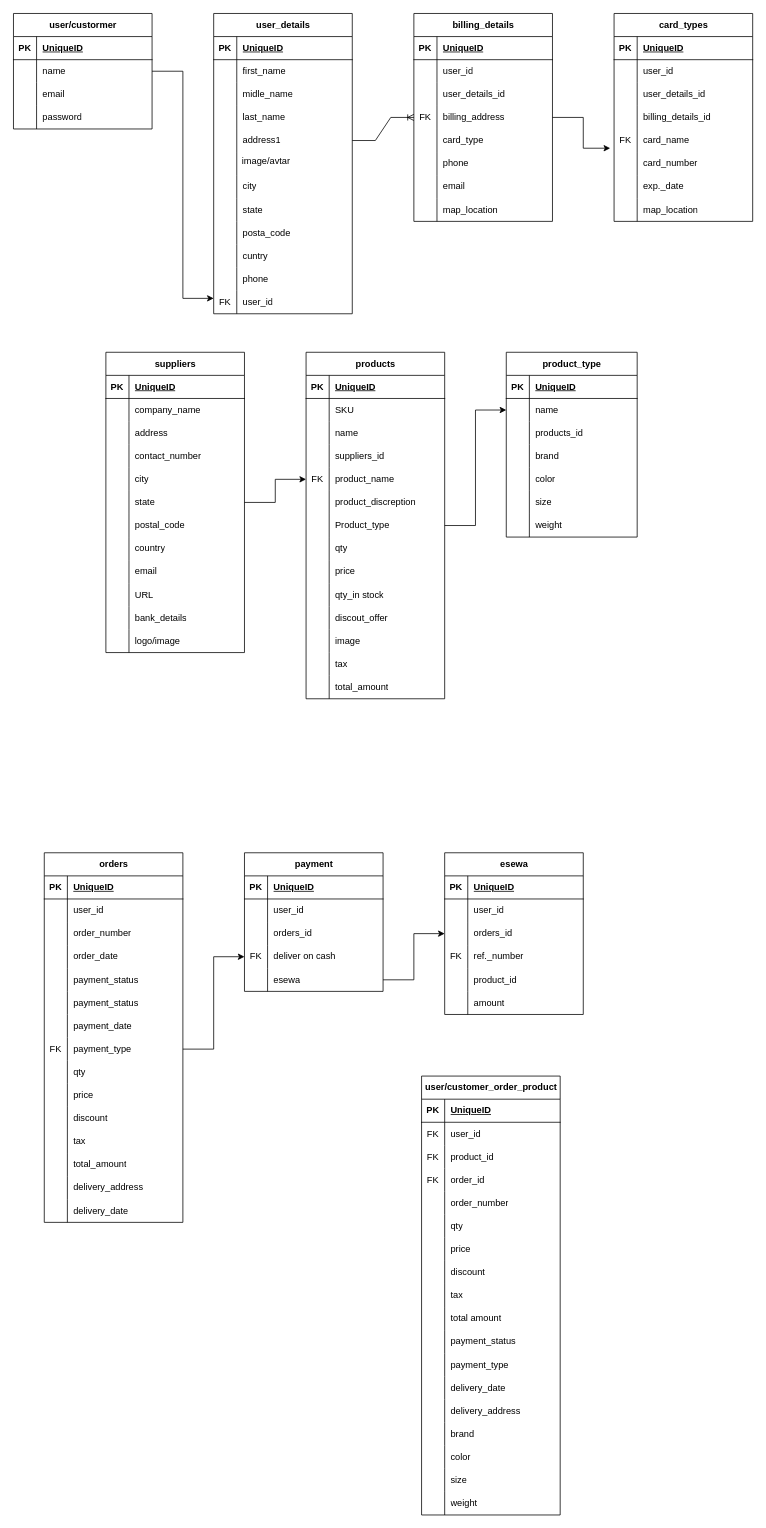
prashannraj/filament keeps this draw.io diagram as ecommerce.drawio. Above is the earlier version. Source tidied: cells renumbered, new cells numbered last; positions are measured from the earlier drawing's top-left corner, leaving out a move shared by most shapes. Both pictures are drawn from the tidied source at 77%, with x=0, y=0 at pixel (13, 13).
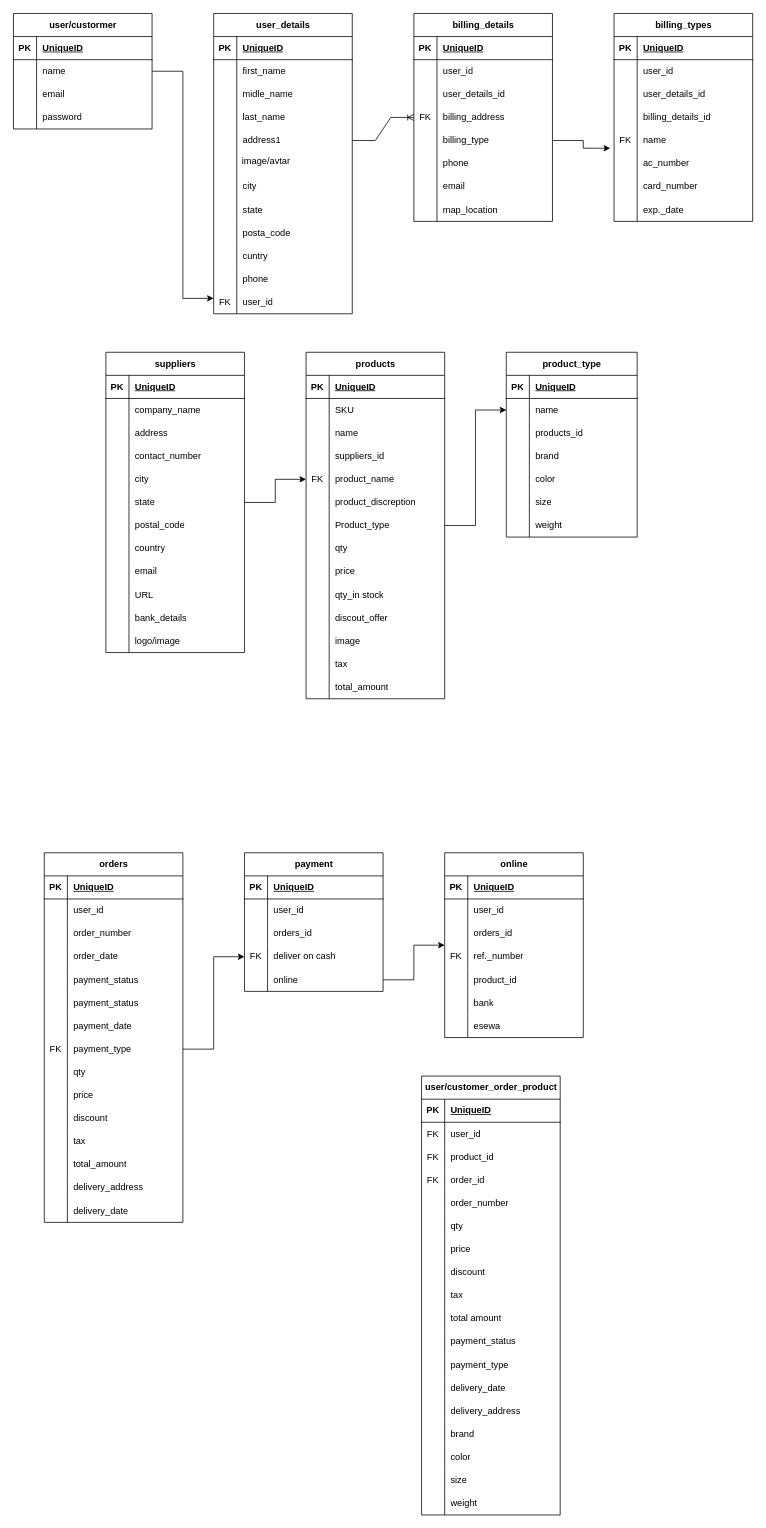
After the change.

The change refers to these unchanged cells:
```xml
<mxCell id="54" value="billing_details" style="shape=table;startSize=30;childLayout=tableLayout;rowLines=0;fontStyle=1;align=center;html=1;" parent="1" vertex="1">
  <mxGeometry x="520" width="180" height="270" as="geometry" />
</mxCell>
<mxCell id="67" style="shape=tableRow;horizontal=0;startSize=0;swimlaneHead=0;swimlaneBody=0;fillColor=none;points=[[0,0.5],[1,0.5]];portConstraint=eastwest;top=0;left=0;right=0;bottom=0;" parent="54" vertex="1">
  <mxGeometry y="150" width="180" height="30" as="geometry" />
</mxCell>
<mxCell id="93" style="shape=tableRow;horizontal=0;startSize=0;swimlaneHead=0;swimlaneBody=0;fillColor=none;points=[[0,0.5],[1,0.5]];portConstraint=eastwest;top=0;left=0;right=0;bottom=0;" parent="80" vertex="1">
  <mxGeometry y="150" width="180" height="30" as="geometry" />
</mxCell>
<mxCell id="271" style="shape=tableRow;horizontal=0;startSize=0;swimlaneHead=0;swimlaneBody=0;fillColor=none;points=[[0,0.5],[1,0.5]];portConstraint=eastwest;top=0;left=0;right=0;bottom=0;" parent="258" vertex="1">
  <mxGeometry y="150" width="180" height="30" as="geometry" />
</mxCell>
<mxCell id="345" style="shape=tableRow;horizontal=0;startSize=0;swimlaneHead=0;swimlaneBody=0;fillColor=none;top=0;left=0;right=0;bottom=0;" parent="329" vertex="1">
  <mxGeometry y="180" width="180" height="30" as="geometry" />
</mxCell>
```

Diff of the diagram source:
```diff
@@
-    <mxCell id="53" style="edgeStyle=orthogonalEdgeStyle;rounded=0;jettySize=auto;html=1;entryX=-0.028;entryY=0.833;entryDx=0;entryDy=0;entryPerimeter=0;" parent="1" edge="1" source="54" target="93">
+    <mxCell id="53" style="edgeStyle=orthogonalEdgeStyle;rounded=0;jettySize=auto;html=1;entryX=-0.028;entryY=0.833;entryDx=0;entryDy=0;entryPerimeter=0;exitX=1;exitY=0.5;exitDx=0;exitDy=0;" parent="1" edge="1" source="67" target="93">
       <mxGeometry relative="1" as="geometry" />
     </mxCell>
@@
-    <mxCell id="69" value="card_type" style="shape=partialRectangle;fillColor=none;top=0;left=0;bottom=0;right=0;align=left;spacingLeft=6;overflow=hidden;whiteSpace=wrap;html=1;" parent="67" vertex="1">
+    <mxCell id="69" value="billing_type" style="shape=partialRectangle;fillColor=none;top=0;left=0;bottom=0;right=0;align=left;spacingLeft=6;overflow=hidden;whiteSpace=wrap;html=1;" parent="67" vertex="1">
       <mxGeometry x="30" width="150" height="30" as="geometry" />
     </mxCell>
@@
-    <mxCell id="80" value="card_types" style="shape=table;startSize=30;childLayout=tableLayout;rowLines=0;fontStyle=1;align=center;html=1;" parent="1" vertex="1">
+    <mxCell id="80" value="billing_types" style="shape=table;startSize=30;childLayout=tableLayout;rowLines=0;fontStyle=1;align=center;html=1;" parent="1" vertex="1">
       <mxGeometry x="780" width="180" height="270" as="geometry" />
     </mxCell>
@@
-    <mxCell id="95" value="card_name" style="shape=partialRectangle;fillColor=none;top=0;left=0;bottom=0;right=0;align=left;spacingLeft=6;overflow=hidden;whiteSpace=wrap;html=1;" parent="93" vertex="1">
+    <mxCell id="95" value="name" style="shape=partialRectangle;fillColor=none;top=0;left=0;bottom=0;right=0;align=left;spacingLeft=6;overflow=hidden;whiteSpace=wrap;html=1;" parent="93" vertex="1">
       <mxGeometry x="30" width="150" height="30" as="geometry" />
     </mxCell>
+    <mxCell id="348" style="shape=tableRow;horizontal=0;startSize=0;swimlaneHead=0;swimlaneBody=0;fillColor=none;top=0;left=0;right=0;bottom=0;" parent="80" vertex="1">
+      <mxGeometry y="180" width="180" height="30" as="geometry" />
+    </mxCell>
+    <mxCell id="349" style="shape=partialRectangle;fillColor=none;top=0;left=0;bottom=0;right=0;overflow=hidden;whiteSpace=wrap;html=1;" parent="348" vertex="1">
+      <mxGeometry width="30" height="30" as="geometry" />
+    </mxCell>
+    <mxCell id="350" value="ac_number" style="shape=partialRectangle;fillColor=none;top=0;left=0;bottom=0;right=0;align=left;spacingLeft=6;overflow=hidden;whiteSpace=wrap;html=1;" parent="348" vertex="1">
+      <mxGeometry x="30" width="150" height="30" as="geometry" />
+    </mxCell>
     <mxCell id="96" style="shape=tableRow;horizontal=0;startSize=0;swimlaneHead=0;swimlaneBody=0;fillColor=none;top=0;left=0;right=0;bottom=0;" parent="80" vertex="1">
-      <mxGeometry y="180" width="180" height="30" as="geometry" />
+      <mxGeometry y="210" width="180" height="30" as="geometry" />
     </mxCell>
@@
     <mxCell id="99" style="shape=tableRow;horizontal=0;startSize=0;swimlaneHead=0;swimlaneBody=0;fillColor=none;top=0;left=0;right=0;bottom=0;" parent="80" vertex="1">
-      <mxGeometry y="210" width="180" height="30" as="geometry" />
+      <mxGeometry y="240" width="180" height="30" as="geometry" />
     </mxCell>
@@
-    <mxCell id="102" style="shape=tableRow;horizontal=0;startSize=0;swimlaneHead=0;swimlaneBody=0;fillColor=none;top=0;left=0;right=0;bottom=0;" parent="80" vertex="1">
-      <mxGeometry y="240" width="180" height="30" as="geometry" />
-    </mxCell>
-    <mxCell id="103" style="shape=partialRectangle;fillColor=none;top=0;left=0;bottom=0;right=0;overflow=hidden;whiteSpace=wrap;html=1;" parent="102" vertex="1">
-      <mxGeometry width="30" height="30" as="geometry" />
-    </mxCell>
-    <mxCell id="104" value="map_location" style="shape=partialRectangle;fillColor=none;top=0;left=0;bottom=0;right=0;align=left;spacingLeft=6;overflow=hidden;whiteSpace=wrap;html=1;" parent="102" vertex="1">
-      <mxGeometry x="30" width="150" height="30" as="geometry" />
-    </mxCell>
@@
-    <mxCell id="273" value="esewa" style="shape=partialRectangle;fillColor=none;top=0;left=0;bottom=0;right=0;align=left;spacingLeft=6;overflow=hidden;whiteSpace=wrap;html=1;" parent="271" vertex="1">
+    <mxCell id="273" value="online" style="shape=partialRectangle;fillColor=none;top=0;left=0;bottom=0;right=0;align=left;spacingLeft=6;overflow=hidden;whiteSpace=wrap;html=1;" parent="271" vertex="1">
       <mxGeometry x="30" width="150" height="30" as="geometry" />
     </mxCell>
@@
-    <mxCell id="329" value="esewa" style="shape=table;startSize=30;childLayout=tableLayout;rowLines=0;fontStyle=1;align=center;html=1;" parent="1" vertex="1">
-      <mxGeometry x="560" y="1090" width="180" height="210" as="geometry" />
+    <mxCell id="329" value="online" style="shape=table;startSize=30;childLayout=tableLayout;rowLines=0;fontStyle=1;align=center;html=1;" parent="1" vertex="1">
+      <mxGeometry x="560" y="1090" width="180" height="240" as="geometry" />
     </mxCell>
@@
-    <mxCell id="347" value="amount" style="shape=partialRectangle;fillColor=none;top=0;left=0;bottom=0;right=0;align=left;spacingLeft=6;overflow=hidden;whiteSpace=wrap;html=1;" parent="345" vertex="1">
+    <mxCell id="347" value="bank" style="shape=partialRectangle;fillColor=none;top=0;left=0;bottom=0;right=0;align=left;spacingLeft=6;overflow=hidden;whiteSpace=wrap;html=1;" parent="345" vertex="1">
       <mxGeometry x="30" width="150" height="30" as="geometry" />
     </mxCell>
+    <mxCell id="351" style="shape=tableRow;horizontal=0;startSize=0;swimlaneHead=0;swimlaneBody=0;fillColor=none;top=0;left=0;right=0;bottom=0;" parent="329" vertex="1">
+      <mxGeometry y="210" width="180" height="30" as="geometry" />
+    </mxCell>
+    <mxCell id="352" style="shape=partialRectangle;fillColor=none;top=0;left=0;bottom=0;right=0;overflow=hidden;whiteSpace=wrap;html=1;" parent="351" vertex="1">
+      <mxGeometry width="30" height="30" as="geometry" />
+    </mxCell>
+    <mxCell id="353" value="esewa" style="shape=partialRectangle;fillColor=none;top=0;left=0;bottom=0;right=0;align=left;spacingLeft=6;overflow=hidden;whiteSpace=wrap;html=1;" parent="351" vertex="1">
+      <mxGeometry x="30" width="150" height="30" as="geometry" />
+    </mxCell>
```
